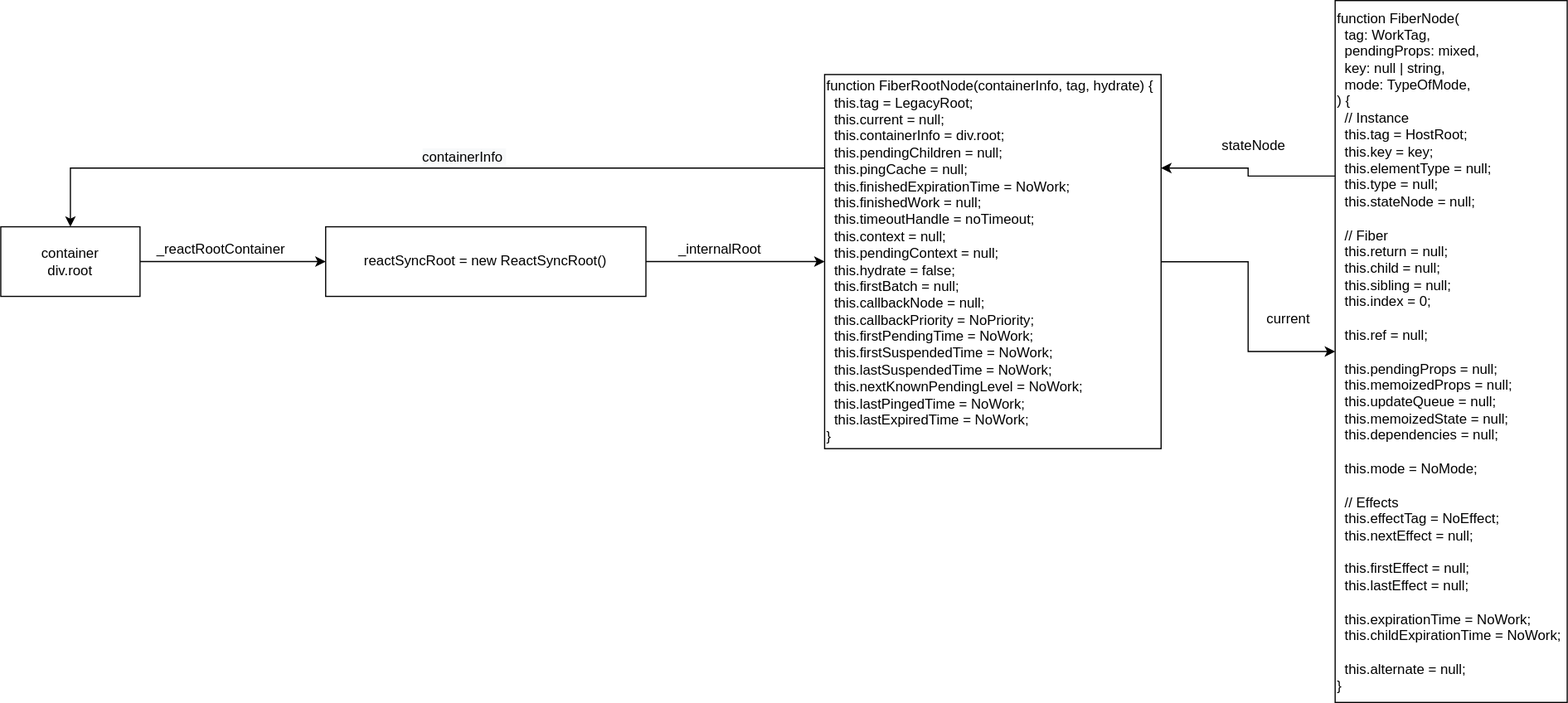
The draw.io diagram react16.10/图片/state.svg in gwtjs/read-code, before a commit. Source tidied: cells renumbered, new cells last; positions are measured from the earlier drawing's top-left corner, leaving out a move shared by most shapes.
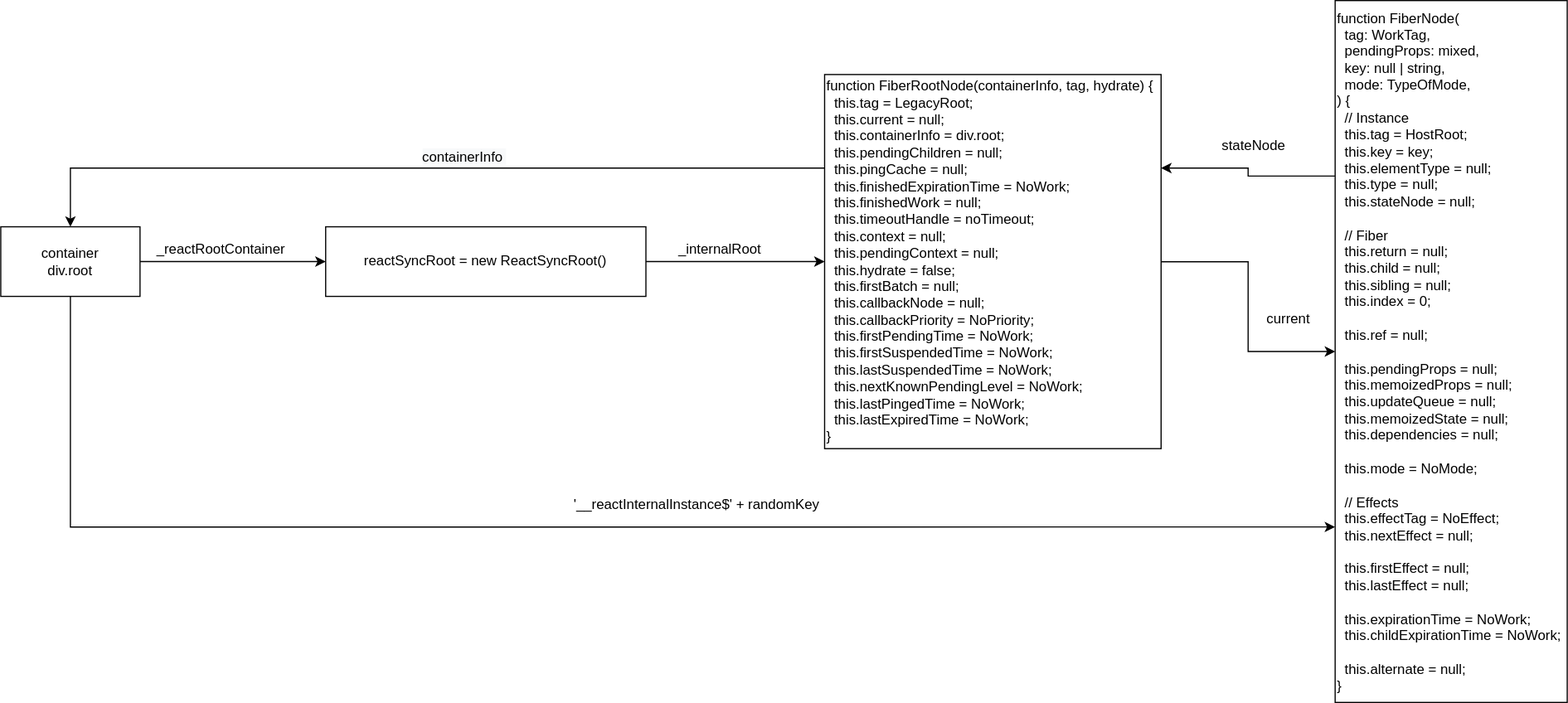
The same diagram one commit later.

What changed in the source:
```diff
@@ -5,6 +5,13 @@
     <mxCell id="2" style="edgeStyle=orthogonalEdgeStyle;rounded=0;jettySize=auto;html=1;entryX=0;entryY=0.5;entryDx=0;entryDy=0;" parent="1" edge="1" source="3" target="5">
       <mxGeometry relative="1" as="geometry" />
     </mxCell>
+    <mxCell id="16" style="edgeStyle=orthogonalEdgeStyle;rounded=0;jettySize=auto;html=1;entryX=0;entryY=0.75;entryDx=0;entryDy=0;" parent="1" edge="1" source="3" target="10">
+      <mxGeometry relative="1" as="geometry">
+        <Array as="points">
+          <mxPoint x="60" y="454" />
+        </Array>
+      </mxGeometry>
+    </mxCell>
     <mxCell id="3" value="container&lt;br&gt;div.root" style="rounded=0;whiteSpace=wrap;html=1;" parent="1" vertex="1">
       <mxGeometry y="195" width="120" height="60" as="geometry" />
     </mxCell>
@@ -48,5 +55,8 @@
     <mxCell id="15" value="&#10;&#10;&lt;span style=&quot;color: rgb(0, 0, 0); font-family: helvetica; font-size: 12px; font-style: normal; font-weight: 400; letter-spacing: normal; text-align: left; text-indent: 0px; text-transform: none; word-spacing: 0px; background-color: rgb(248, 249, 250); display: inline; float: none;&quot;&gt;containerInfo&lt;span&gt;&amp;nbsp;&lt;/span&gt;&lt;/span&gt;&#10;&#10;" style="text;html=1;strokeColor=none;fillColor=none;align=center;verticalAlign=middle;whiteSpace=wrap;rounded=0;" parent="1" vertex="1">
       <mxGeometry x="380" y="125" width="40" height="20" as="geometry" />
     </mxCell>
+    <mxCell id="17" value="'__reactInternalInstance$' + randomKey" style="text;html=1;strokeColor=none;fillColor=none;align=center;verticalAlign=middle;whiteSpace=wrap;rounded=0;" parent="1" vertex="1">
+      <mxGeometry x="470" y="425" width="260" height="20" as="geometry" />
+    </mxCell>
   </root>
 </mxGraphModel>
```
